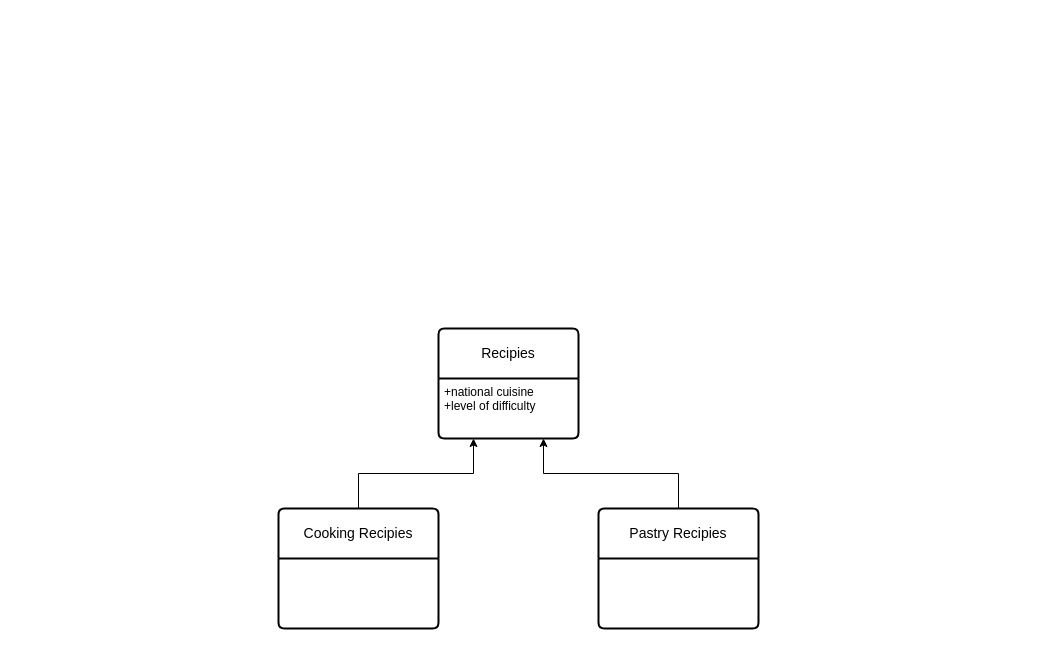
konstantinosk31/Databases-I-NTUA keeps this draw.io diagram as ER_Diagram.drawio. Above is the earlier version. Source tidied: cells renumbered, new cells numbered last; positions are measured from the earlier drawing's top-left corner, leaving out a move shared by most shapes. Both pictures are drawn from the tidied source at 100%, with x=0, y=0 at pixel (278, 328).
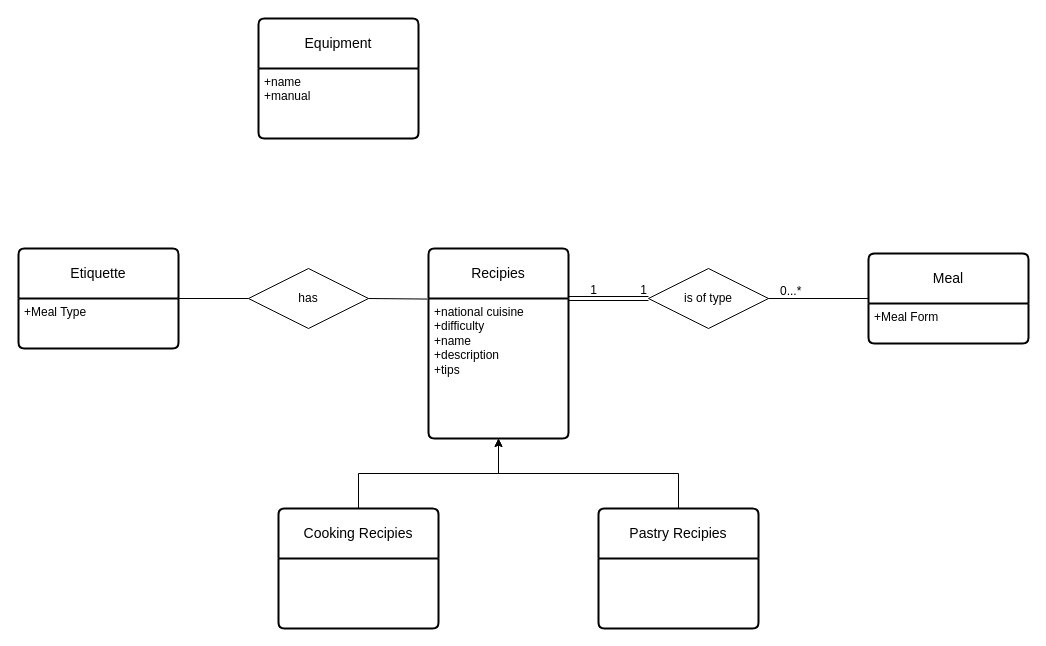
The same page after the edit.

Unchanged cells that the change refers to:
```xml
<mxCell id="5" value="Cooking Recipies" style="swimlane;horizontal=1;startSize=50;rounded=1;fontSize=14;fontStyle=0;strokeWidth=2;shadow=0;dashed=0;align=center;arcSize=4;whiteSpace=wrap;html=1;" parent="1" vertex="1">
  <mxGeometry y="180" width="160" height="120" as="geometry" />
</mxCell>
<mxCell id="7" value="Pastry Recipies" style="swimlane;horizontal=1;startSize=50;rounded=1;fontSize=14;fontStyle=0;strokeWidth=2;shadow=0;dashed=0;align=center;arcSize=4;whiteSpace=wrap;html=1;" parent="1" vertex="1">
  <mxGeometry x="320" y="180" width="160" height="120" as="geometry" />
</mxCell>
```

Diff of the diagram source:
```diff
@@
     <mxCell id="2" value="Recipies" style="swimlane;horizontal=1;startSize=50;rounded=1;fontSize=14;fontStyle=0;strokeWidth=2;shadow=0;dashed=0;align=center;arcSize=4;whiteSpace=wrap;html=1;" parent="1" vertex="1">
-      <mxGeometry x="160" width="140" height="110" as="geometry" />
+      <mxGeometry x="150" y="-80" width="140" height="190" as="geometry" />
     </mxCell>
-    <mxCell id="3" value="+national cuisine&lt;div&gt;+level of difficulty&lt;/div&gt;" style="align=left;strokeColor=none;fillColor=none;spacingLeft=4;fontSize=12;verticalAlign=top;html=1;" parent="2" vertex="1">
-      <mxGeometry y="50" width="140" height="60" as="geometry" />
+    <mxCell id="3" value="+national cuisine&lt;div&gt;+difficulty&lt;/div&gt;&lt;div&gt;+name&lt;/div&gt;&lt;div&gt;+description&lt;/div&gt;&lt;div&gt;+tips&lt;/div&gt;" style="align=left;strokeColor=none;fillColor=none;spacingLeft=4;fontSize=12;verticalAlign=top;html=1;" parent="2" vertex="1">
+      <mxGeometry y="50" width="140" height="140" as="geometry" />
     </mxCell>
-    <mxCell id="4" style="edgeStyle=orthogonalEdgeStyle;rounded=0;jettySize=auto;html=1;exitX=0.5;exitY=0;exitDx=0;exitDy=0;entryX=0.25;entryY=1;entryDx=0;entryDy=0;" parent="1" edge="1" source="5" target="3">
+    <mxCell id="4" style="edgeStyle=orthogonalEdgeStyle;rounded=0;jettySize=auto;html=1;exitX=0.5;exitY=0;exitDx=0;exitDy=0;entryX=0.5;entryY=1;entryDx=0;entryDy=0;" parent="1" edge="1" source="5" target="3">
       <mxGeometry relative="1" as="geometry" />
     </mxCell>
@@
-    <mxCell id="6" style="edgeStyle=orthogonalEdgeStyle;rounded=0;jettySize=auto;html=1;exitX=0.5;exitY=0;exitDx=0;exitDy=0;entryX=0.75;entryY=1;entryDx=0;entryDy=0;" parent="1" edge="1" source="7" target="3">
+    <mxCell id="6" style="edgeStyle=orthogonalEdgeStyle;rounded=0;jettySize=auto;html=1;exitX=0.5;exitY=0;exitDx=0;exitDy=0;entryX=0.5;entryY=1;entryDx=0;entryDy=0;" parent="1" edge="1" source="7" target="3">
       <mxGeometry relative="1" as="geometry" />
     </mxCell>
@@
+    <mxCell id="8" value="Meal" style="swimlane;horizontal=1;startSize=50;rounded=1;fontSize=14;fontStyle=0;strokeWidth=2;shadow=0;dashed=0;align=center;arcSize=4;whiteSpace=wrap;html=1;" parent="1" vertex="1">
+      <mxGeometry x="590" y="-75" width="160" height="90" as="geometry" />
+    </mxCell>
+    <mxCell id="9" value="+Meal Form" style="align=left;strokeColor=none;fillColor=none;spacingLeft=4;fontSize=12;verticalAlign=top;html=1;" parent="8" vertex="1">
+      <mxGeometry y="50" width="160" height="40" as="geometry" />
+    </mxCell>
+    <mxCell id="10" value="is of type" style="shape=rhombus;perimeter=rhombusPerimeter;whiteSpace=wrap;html=1;align=center;" parent="1" vertex="1">
+      <mxGeometry x="370" y="-60" width="120" height="60" as="geometry" />
+    </mxCell>
+    <mxCell id="11" style="shape=link;html=1;rounded=0;exitX=1;exitY=0;exitDx=0;exitDy=0;entryX=0;entryY=0.5;entryDx=0;entryDy=0;" parent="1" edge="1" source="3" target="10">
+      <mxGeometry relative="1" as="geometry" />
+    </mxCell>
+    <mxCell id="12" value="1" style="html=1;whiteSpace=wrap;align=right;verticalAlign=bottom;" parent="11" vertex="1">
+      <mxGeometry x="1" relative="1" as="geometry" />
+    </mxCell>
+    <mxCell id="13" style="endArrow=none;html=1;rounded=0;exitX=1;exitY=0.5;exitDx=0;exitDy=0;entryX=0;entryY=0.5;entryDx=0;entryDy=0;" parent="1" edge="1" source="10" target="8">
+      <mxGeometry relative="1" as="geometry" />
+    </mxCell>
+    <mxCell id="14" value="0...*" style="html=1;whiteSpace=wrap;align=left;verticalAlign=bottom;" parent="13" vertex="1">
+      <mxGeometry x="-1" relative="1" as="geometry">
+        <mxPoint x="10" y="1" as="offset" />
+      </mxGeometry>
+    </mxCell>
+    <mxCell id="15" value="1" style="html=1;whiteSpace=wrap;align=right;verticalAlign=bottom;" parent="1" vertex="1">
+      <mxGeometry x="320" y="-30" as="geometry" />
+    </mxCell>
+    <mxCell id="16" value="Etiquette" style="swimlane;horizontal=1;startSize=50;rounded=1;fontSize=14;fontStyle=0;strokeWidth=2;shadow=0;dashed=0;align=center;arcSize=4;whiteSpace=wrap;html=1;" parent="1" vertex="1">
+      <mxGeometry x="-260" y="-80" width="160" height="100" as="geometry" />
+    </mxCell>
+    <mxCell id="17" value="+Meal Type" style="align=left;strokeColor=none;fillColor=none;spacingLeft=4;fontSize=12;verticalAlign=top;html=1;" parent="16" vertex="1">
+      <mxGeometry y="50" width="160" height="50" as="geometry" />
+    </mxCell>
+    <mxCell id="18" value="has" style="shape=rhombus;perimeter=rhombusPerimeter;whiteSpace=wrap;html=1;align=center;" parent="1" vertex="1">
+      <mxGeometry x="-30" y="-60" width="120" height="60" as="geometry" />
+    </mxCell>
+    <mxCell id="19" style="endArrow=none;html=1;rounded=0;entryX=-0.009;entryY=0.004;entryDx=0;entryDy=0;entryPerimeter=0;exitX=1;exitY=0.5;exitDx=0;exitDy=0;" parent="1" edge="1" source="18" target="3">
+      <mxGeometry relative="1" as="geometry" />
+    </mxCell>
+    <mxCell id="20" style="endArrow=none;html=1;rounded=0;exitX=1;exitY=0;exitDx=0;exitDy=0;entryX=0;entryY=0.5;entryDx=0;entryDy=0;" parent="1" edge="1" source="17" target="18">
+      <mxGeometry relative="1" as="geometry" />
+    </mxCell>
+    <mxCell id="21" value="Equipment" style="swimlane;horizontal=1;startSize=50;rounded=1;fontSize=14;fontStyle=0;strokeWidth=2;shadow=0;dashed=0;align=center;arcSize=4;whiteSpace=wrap;html=1;" parent="1" vertex="1">
+      <mxGeometry x="-20" y="-310" width="160" height="120" as="geometry" />
+    </mxCell>
+    <mxCell id="22" value="+name&lt;div&gt;+manual&lt;/div&gt;" style="align=left;strokeColor=none;fillColor=none;spacingLeft=4;fontSize=12;verticalAlign=top;html=1;" parent="21" vertex="1">
+      <mxGeometry y="50" width="160" height="70" as="geometry" />
+    </mxCell>
```
